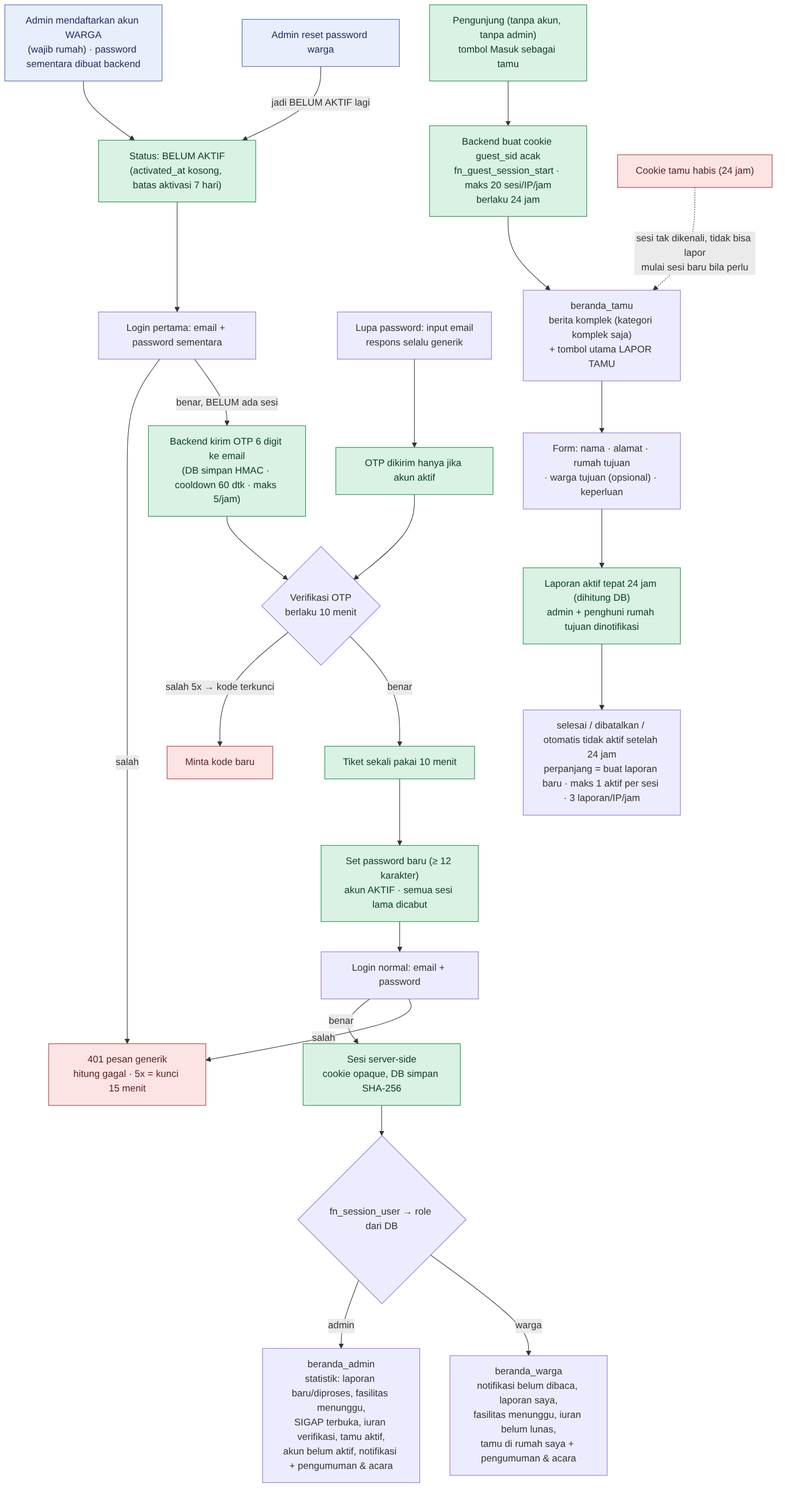
Before: complex_db_DRAFT/docs/overview/2_akun_login_beranda.png, a diagram exported from Mermaid (ardanpy/COMPLEX-WEB---Proyek-TI). Its source is kept beside it as complex_db_DRAFT/docs/overview/2_akun_login_beranda.mmd. Source of this version:
```mermaid
flowchart TD
  classDef adm fill:#e8eefc,stroke:#4a64b3,color:#1d2a5c
  classDef sys fill:#d9f2e3,stroke:#1f8a4c,color:#0b3d22
  classDef bad fill:#fde4e4,stroke:#b33a3a,color:#5c1d1d

  A["Admin mendaftarkan akun WARGA<br/>(wajib rumah) · password sementara dibuat backend"]:::adm --> S0["Status: BELUM AKTIF<br/>(activated_at kosong, batas aktivasi 7 hari)"]:::sys

  S0 --> L1["Login pertama: email + password sementara"]
  L1 -->|salah| X1["401 pesan generik<br/>hitung gagal · 5x = kunci 15 menit"]:::bad
  L1 -->|benar, BELUM ada sesi| O1["Backend kirim OTP 6 digit ke email<br/>(DB simpan HMAC · cooldown 60 dtk · maks 5/jam)"]:::sys
  O1 --> V1{"Verifikasi OTP<br/>berlaku 10 menit"}
  V1 -->|"salah 5x → kode terkunci"| X2["Minta kode baru"]:::bad
  V1 -->|benar| T1["Tiket sekali pakai 10 menit"]:::sys
  T1 --> P1["Set password baru (≥ 12 karakter)<br/>akun AKTIF · semua sesi lama dicabut"]:::sys

  P1 --> N["Login normal: email + password"]
  FP["Lupa password: input email<br/>respons selalu generik"] --> O2["OTP dikirim hanya jika akun aktif"]:::sys --> V1
  AR["Admin reset password warga"]:::adm -->|jadi BELUM AKTIF lagi| S0

  N -->|benar| SES["Sesi server-side<br/>cookie opaque, DB simpan SHA-256<br/>"]:::sys
  N -->|salah| X1

  SES --> R{"fn_session_user → role dari DB"}
  R -->|admin| H1["beranda_admin<br/>statistik: laporan baru/diproses, fasilitas menunggu,<br/>SIGAP terbuka, iuran verifikasi, tamu aktif,<br/>akun belum aktif, notifikasi + pengumuman & acara"]
  R -->|warga| H2["beranda_warga<br/>notifikasi belum dibaca, laporan saya,<br/>fasilitas menunggu, iuran belum lunas,<br/>tamu di rumah saya + pengumuman & acara"]

  V["Pengunjung (tanpa akun, tanpa admin)<br/>tombol Masuk sebagai tamu"]:::sys --> GS["Backend buat cookie guest_sid acak<br/>fn_guest_session_start · maks 20 sesi/IP/jam<br/>berlaku 24 jam"]:::sys --> H3["beranda_tamu<br/>berita komplek (kategori komplek saja)<br/>+ tombol utama LAPOR TAMU"]
  H3 --> G1["Form: nama · alamat · rumah tujuan<br/>· warga tujuan (opsional) · keperluan"]
  G1 --> G2["Laporan aktif tepat 24 jam (dihitung DB)<br/>admin + penghuni rumah tujuan dinotifikasi"]:::sys
  G2 --> G3["selesai / dibatalkan / otomatis tidak aktif setelah 24 jam<br/>perpanjang = buat laporan baru · maks 1 aktif per sesi · 3 laporan/IP/jam"]

  EXP["Cookie tamu habis (24 jam)"]:::bad -.->|"sesi tak dikenali, tidak bisa lapor<br/>mulai sesi baru bila perlu"| H3
```
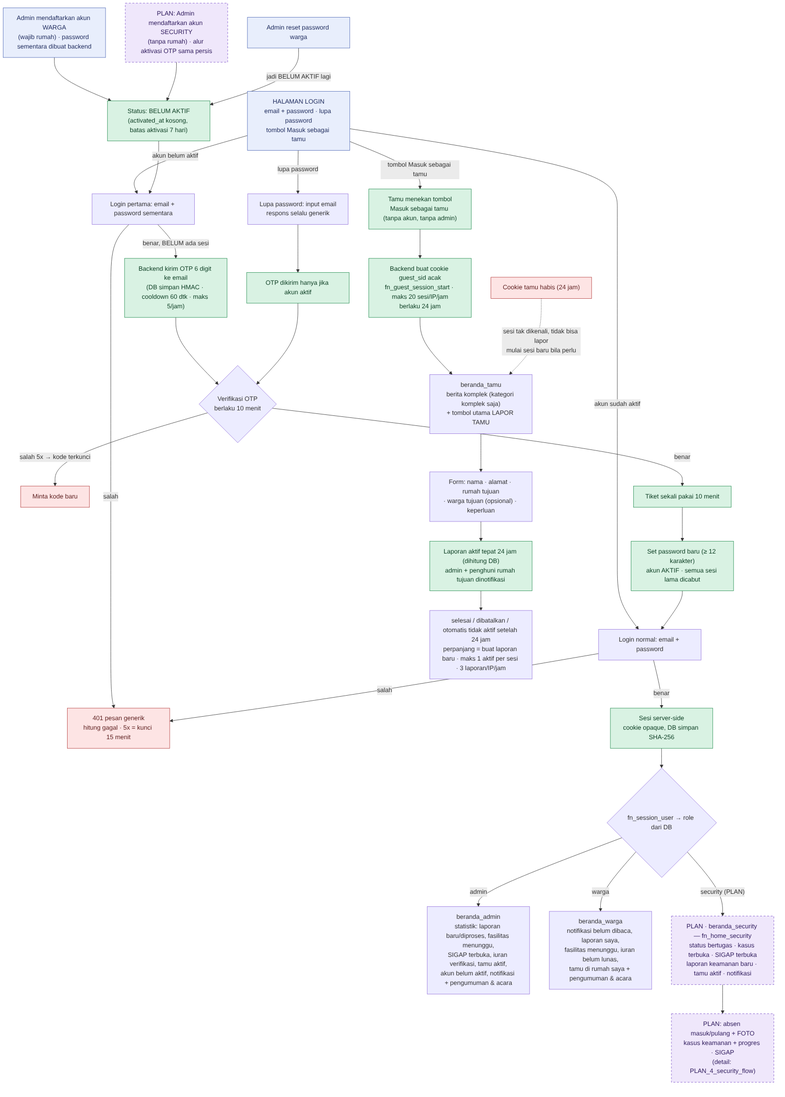
The same diagram one commit later.

Change to the diagram source:
```diff
@@ -1,9 +1,17 @@
 flowchart TD
   classDef adm fill:#e8eefc,stroke:#4a64b3,color:#1d2a5c
   classDef sys fill:#d9f2e3,stroke:#1f8a4c,color:#0b3d22
+  classDef plan fill:#efe7fb,stroke:#7b4fc9,stroke-dasharray:5 4,color:#2e1a5c
   classDef bad fill:#fde4e4,stroke:#b33a3a,color:#5c1d1d
 
-  A["Admin mendaftarkan akun WARGA<br/>(wajib rumah) · password sementara dibuat backend"]:::adm --> S0["Status: BELUM AKTIF<br/>(activated_at kosong, batas aktivasi 7 hari)"]:::sys
+  LG["HALAMAN LOGIN<br/>email + password · lupa password<br/>tombol Masuk sebagai tamu"]:::adm
+  LG -->|"akun belum aktif"| L1
+  LG -->|"akun sudah aktif"| N
+  LG -->|"lupa password"| FP
+  LG -->|"tombol Masuk sebagai tamu"| V
+
+  A["Admin mendaftarkan akun WARGA<br/>(wajib rumah) · password sementara dibuat backend"]:::adm --> S0
+  A2["PLAN: Admin mendaftarkan akun SECURITY<br/>(tanpa rumah) · alur aktivasi OTP sama persis"]:::plan --> S0["Status: BELUM AKTIF<br/>(activated_at kosong, batas aktivasi 7 hari)"]:::sys
 
   S0 --> L1["Login pertama: email + password sementara"]
   L1 -->|salah| X1["401 pesan generik<br/>hitung gagal · 5x = kunci 15 menit"]:::bad
@@ -24,7 +32,10 @@
   R -->|admin| H1["beranda_admin<br/>statistik: laporan baru/diproses, fasilitas menunggu,<br/>SIGAP terbuka, iuran verifikasi, tamu aktif,<br/>akun belum aktif, notifikasi + pengumuman & acara"]
   R -->|warga| H2["beranda_warga<br/>notifikasi belum dibaca, laporan saya,<br/>fasilitas menunggu, iuran belum lunas,<br/>tamu di rumah saya + pengumuman & acara"]
 
-  V["Pengunjung (tanpa akun, tanpa admin)<br/>tombol Masuk sebagai tamu"]:::sys --> GS["Backend buat cookie guest_sid acak<br/>fn_guest_session_start · maks 20 sesi/IP/jam<br/>berlaku 24 jam"]:::sys --> H3["beranda_tamu<br/>berita komplek (kategori komplek saja)<br/>+ tombol utama LAPOR TAMU"]
+  R -->|"security (PLAN)"| H4["PLAN · beranda_security — fn_home_security<br/>status bertugas · kasus terbuka · SIGAP terbuka<br/>laporan keamanan baru · tamu aktif · notifikasi"]:::plan
+  H4 --> P1x["PLAN: absen masuk/pulang + FOTO<br/>kasus keamanan + progres · SIGAP<br/>(detail: PLAN_4_security_flow)"]:::plan
+
+  V["Tamu menekan tombol<br/>Masuk sebagai tamu (tanpa akun, tanpa admin)"]:::sys --> GS["Backend buat cookie guest_sid acak<br/>fn_guest_session_start · maks 20 sesi/IP/jam<br/>berlaku 24 jam"]:::sys --> H3["beranda_tamu<br/>berita komplek (kategori komplek saja)<br/>+ tombol utama LAPOR TAMU"]
   H3 --> G1["Form: nama · alamat · rumah tujuan<br/>· warga tujuan (opsional) · keperluan"]
   G1 --> G2["Laporan aktif tepat 24 jam (dihitung DB)<br/>admin + penghuni rumah tujuan dinotifikasi"]:::sys
   G2 --> G3["selesai / dibatalkan / otomatis tidak aktif setelah 24 jam<br/>perpanjang = buat laporan baru · maks 1 aktif per sesi · 3 laporan/IP/jam"]
```
